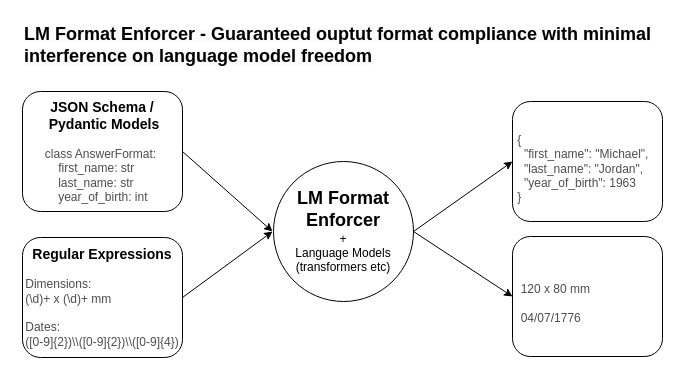
Before: docs/Intro.drawio in noamgat/lm-format-enforcer, a draw.io diagram. Source tidied: cells renumbered, new cells numbered last; positions are measured from the earlier drawing's top-left corner, leaving out a move shared by most shapes. Both pictures are drawn from the tidied source at 100%, with x=0, y=0 at pixel (22, 17).
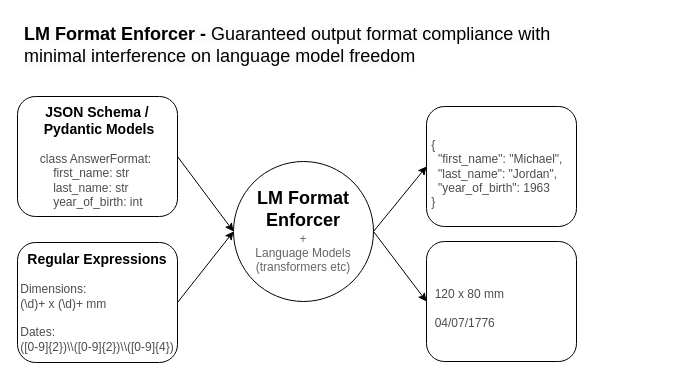
The same diagram, later.

Diff of the diagram source:
```diff
@@
 <mxGraphModel>
   <root>
     <mxCell id="0" />
     <mxCell id="1" parent="0" />
     <mxCell id="2" value="&lt;font style=&quot;font-size: 14px;&quot;&gt;&lt;b&gt;JSON Schema /&lt;br&gt;&amp;nbsp;Pydantic Models&lt;/b&gt;&lt;br&gt;&lt;/font&gt;&lt;br&gt;&lt;div style=&quot;text-align: left;&quot;&gt;&lt;span style=&quot;background-color: initial;&quot;&gt;&lt;font color=&quot;#4d4d4d&quot;&gt;class AnswerFormat:&lt;/font&gt;&lt;/span&gt;&lt;/div&gt;&lt;div style=&quot;text-align: left;&quot;&gt;&lt;span style=&quot;background-color: initial;&quot;&gt;&lt;font color=&quot;#4d4d4d&quot;&gt;&amp;nbsp; &amp;nbsp; first_name: str&lt;/font&gt;&lt;/span&gt;&lt;/div&gt;&lt;div style=&quot;text-align: left;&quot;&gt;&lt;span style=&quot;background-color: initial;&quot;&gt;&lt;font color=&quot;#4d4d4d&quot;&gt;&amp;nbsp; &amp;nbsp; last_name: str&lt;/font&gt;&lt;/span&gt;&lt;/div&gt;&lt;div style=&quot;text-align: left;&quot;&gt;&lt;span style=&quot;background-color: initial;&quot;&gt;&lt;font color=&quot;#4d4d4d&quot;&gt;&amp;nbsp; &amp;nbsp; year_of_birth: int&lt;/font&gt;&lt;/span&gt;&lt;/div&gt;" style="rounded=1;whiteSpace=wrap;html=1;" parent="1" vertex="1">
-      <mxGeometry y="74" width="160" height="120" as="geometry" />
+      <mxGeometry x="-5" y="79" width="160" height="120" as="geometry" />
     </mxCell>
     <mxCell id="3" value="&lt;span style=&quot;font-size: 14px;&quot;&gt;&lt;b&gt;Regular Expressions&lt;/b&gt;&lt;/span&gt;&lt;br&gt;&lt;div style=&quot;text-align: left;&quot;&gt;&lt;br&gt;&lt;/div&gt;&lt;div style=&quot;text-align: left;&quot;&gt;&lt;font color=&quot;#4d4d4d&quot;&gt;Dimensions: &lt;br&gt;(\d)+ x (\d)+ mm&lt;br&gt;&lt;br&gt;&lt;/font&gt;&lt;/div&gt;&lt;div style=&quot;text-align: left;&quot;&gt;&lt;font color=&quot;#4d4d4d&quot;&gt;Dates:&amp;nbsp;&lt;/font&gt;&lt;/div&gt;&lt;font color=&quot;#4d4d4d&quot;&gt;([0-9]{2})\\([0-9]{2})\\([0-9]{4})&lt;/font&gt;" style="rounded=1;whiteSpace=wrap;html=1;" parent="1" vertex="1">
-      <mxGeometry y="220" width="160" height="120" as="geometry" />
+      <mxGeometry x="-5" y="225" width="160" height="120" as="geometry" />
     </mxCell>
-    <mxCell id="4" style="endArrow=classic;html=1;rounded=0;exitX=1;exitY=0.5;exitDx=0;exitDy=0;" parent="1" edge="1" source="3">
-      <mxGeometry relative="1" as="geometry">
-        <mxPoint x="250" y="214" as="targetPoint" />
-      </mxGeometry>
+    <mxCell id="4" style="endArrow=classic;html=1;rounded=0;exitX=1;exitY=0.5;exitDx=0;exitDy=0;entryX=0;entryY=0.5;entryDx=0;entryDy=0;" parent="1" edge="1" source="3" target="6">
+      <mxGeometry relative="1" as="geometry" />
     </mxCell>
-    <mxCell id="5" style="endArrow=classic;html=1;rounded=0;exitX=1;exitY=0.5;exitDx=0;exitDy=0;" parent="1" edge="1" source="2">
-      <mxGeometry relative="1" as="geometry">
-        <mxPoint x="250" y="214" as="targetPoint" />
-      </mxGeometry>
+    <mxCell id="5" style="endArrow=classic;html=1;rounded=0;exitX=1;exitY=0.5;exitDx=0;exitDy=0;entryX=0;entryY=0.5;entryDx=0;entryDy=0;" parent="1" edge="1" source="2" target="6">
+      <mxGeometry relative="1" as="geometry" />
     </mxCell>
-    <mxCell id="6" value="&lt;b&gt;&lt;font style=&quot;font-size: 18px;&quot;&gt;LM Format Enforcer&lt;br&gt;&lt;/font&gt;&lt;/b&gt;+&lt;br&gt;Language Models&lt;br&gt;(transformers etc)" style="ellipse;whiteSpace=wrap;html=1;" parent="1" vertex="1">
-      <mxGeometry x="251" y="144" width="140" height="140" as="geometry" />
+    <mxCell id="6" value="&lt;b&gt;&lt;font style=&quot;font-size: 18px;&quot;&gt;LM Format Enforcer&lt;br&gt;&lt;/font&gt;&lt;/b&gt;&lt;font color=&quot;#666666&quot;&gt;+&lt;br&gt;Language Models&lt;br&gt;(transformers etc)&lt;/font&gt;" style="ellipse;whiteSpace=wrap;html=1;" parent="1" vertex="1">
+      <mxGeometry x="211" y="144" width="140" height="140" as="geometry" />
     </mxCell>
     <mxCell id="7" style="endArrow=classic;html=1;rounded=0;exitX=1;exitY=0.5;exitDx=0;exitDy=0;entryX=0;entryY=0.5;entryDx=0;entryDy=0;" parent="1" edge="1" source="6" target="8">
       <mxGeometry relative="1" as="geometry" />
     </mxCell>
     <mxCell id="8" value="&lt;font color=&quot;#4d4d4d&quot;&gt;&lt;br&gt;&amp;nbsp;{ &lt;br&gt;&amp;nbsp; &amp;nbsp;&quot;first_name&quot;: &quot;Michael&quot;, &lt;br&gt;&amp;nbsp; &amp;nbsp;&quot;last_name&quot;: &quot;Jordan&quot;, &lt;br&gt;&amp;nbsp; &amp;nbsp;&quot;year_of_birth&quot;: 1963&lt;br&gt;&amp;nbsp;}&lt;/font&gt;" style="rounded=1;whiteSpace=wrap;html=1;align=left;" parent="1" vertex="1">
-      <mxGeometry x="490" y="84" width="150" height="120" as="geometry" />
+      <mxGeometry x="404" y="89" width="150" height="120" as="geometry" />
     </mxCell>
     <mxCell id="9" style="endArrow=classic;html=1;rounded=0;exitX=1;exitY=0.5;exitDx=0;exitDy=0;entryX=0;entryY=0.5;entryDx=0;entryDy=0;" parent="1" edge="1" source="6" target="10">
       <mxGeometry relative="1" as="geometry" />
     </mxCell>
     <mxCell id="10" value="&lt;font color=&quot;#4d4d4d&quot;&gt;&lt;br&gt;&amp;nbsp; 120 x 80 mm&lt;br&gt;&lt;br&gt;&amp;nbsp; 04/07/1776&lt;/font&gt;" style="rounded=1;whiteSpace=wrap;html=1;align=left;" parent="1" vertex="1">
-      <mxGeometry x="490" y="219" width="150" height="120" as="geometry" />
+      <mxGeometry x="404" y="224" width="150" height="120" as="geometry" />
     </mxCell>
-    <mxCell id="11" value="&lt;b style=&quot;border-color: var(--border-color); color: rgb(0, 0, 0); font-family: Helvetica; font-size: 12px; font-style: normal; font-variant-ligatures: normal; font-variant-caps: normal; letter-spacing: normal; orphans: 2; text-align: center; text-indent: 0px; text-transform: none; widows: 2; word-spacing: 0px; -webkit-text-stroke-width: 0px; background-color: rgb(251, 251, 251); text-decoration-thickness: initial; text-decoration-style: initial; text-decoration-color: initial;&quot;&gt;&lt;font style=&quot;border-color: var(--border-color); font-size: 18px;&quot;&gt;LM Format Enforcer - Guaranteed ouptut format compliance with minimal interference on language model freedom&lt;/font&gt;&lt;/b&gt;" style="text;whiteSpace=wrap;html=1;" parent="1" vertex="1">
-      <mxGeometry width="630" height="50" as="geometry" />
+    <mxCell id="11" value="&lt;span style=&quot;border-color: var(--border-color); color: rgb(0, 0, 0); font-family: Helvetica; font-size: 12px; font-style: normal; font-variant-ligatures: normal; font-variant-caps: normal; letter-spacing: normal; orphans: 2; text-align: center; text-indent: 0px; text-transform: none; widows: 2; word-spacing: 0px; -webkit-text-stroke-width: 0px; background-color: rgb(251, 251, 251); text-decoration-thickness: initial; text-decoration-style: initial; text-decoration-color: initial;&quot;&gt;&lt;font style=&quot;border-color: var(--border-color); font-size: 18px;&quot;&gt;&lt;b&gt;LM Format Enforcer - &lt;/b&gt;Guaranteed output format compliance with minimal interference on language model freedom&lt;/font&gt;&lt;/span&gt;" style="text;whiteSpace=wrap;html=1;" parent="1" vertex="1">
+      <mxGeometry width="550" height="50" as="geometry" />
     </mxCell>
   </root>
 </mxGraphModel>
```
